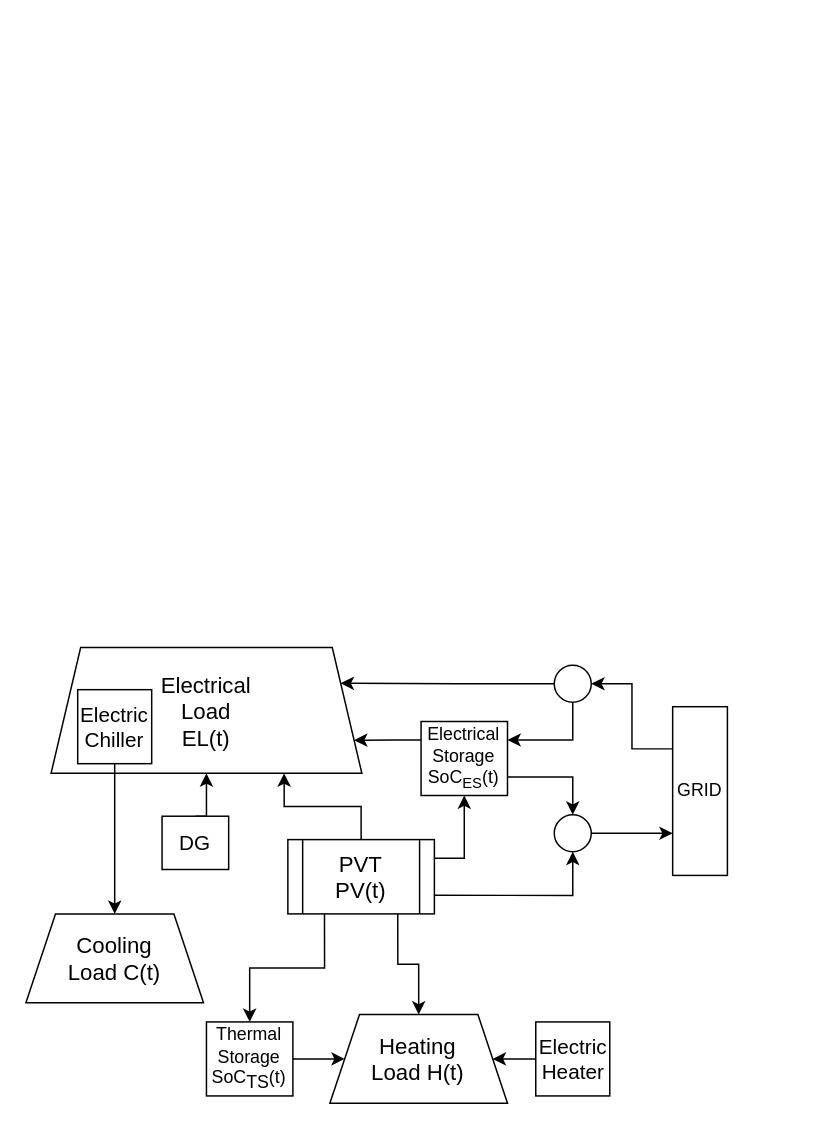
neethumaya/RoughWork keeps this draw.io diagram as SA_T.drawio. Above is the earlier version. Source tidied: cells renumbered, new cells numbered last; positions are measured from the earlier drawing's top-left corner, leaving out a move shared by most shapes. Both pictures are drawn from the tidied source at 148%, with x=0, y=0 at pixel (25, 647).
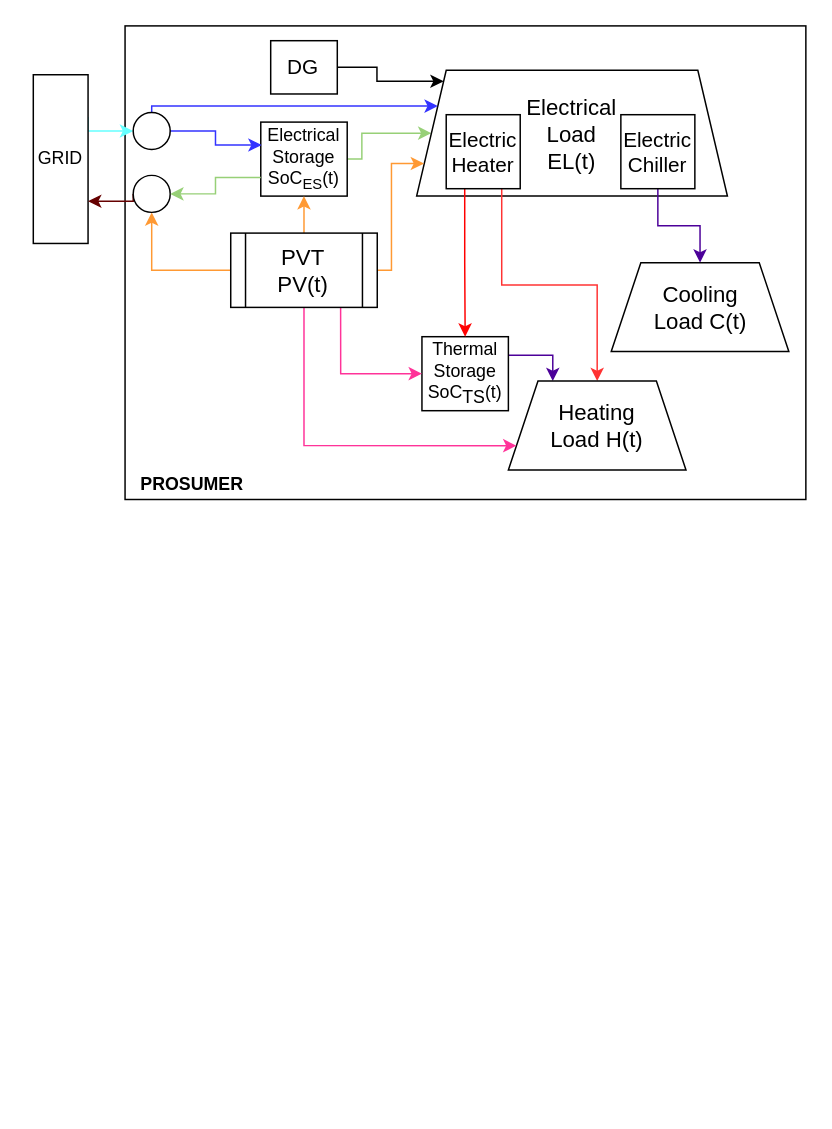
After the change.

Diff of the diagram source:
```diff
@@
-    <mxCell id="2" style="edgeStyle=orthogonalEdgeStyle;rounded=0;jettySize=auto;html=1;exitX=0.5;exitY=0;exitDx=0;exitDy=0;entryX=0.75;entryY=1;entryDx=0;entryDy=0;" parent="1" edge="1" source="7" target="10">
-      <mxGeometry relative="1" as="geometry" />
-    </mxCell>
-    <mxCell id="3" style="edgeStyle=orthogonalEdgeStyle;rounded=0;jettySize=auto;html=1;exitX=1;exitY=0.75;exitDx=0;exitDy=0;entryX=0.5;entryY=1;entryDx=0;entryDy=0;" parent="1" edge="1" source="7" target="19">
-      <mxGeometry relative="1" as="geometry" />
-    </mxCell>
+    <mxCell id="29" style="rounded=0;whiteSpace=wrap;html=1;" parent="1" vertex="1">
+      <mxGeometry x="67" y="-420" width="460" height="320" as="geometry" />
+    </mxCell>
+    <mxCell id="21" style="edgeStyle=orthogonalEdgeStyle;rounded=0;jettySize=auto;html=1;exitX=1;exitY=0.25;exitDx=0;exitDy=0;entryX=0.25;entryY=0;entryDx=0;entryDy=0;strokeColor=#4C0099;" parent="1" edge="1" source="22" target="25">
+      <mxGeometry relative="1" as="geometry" />
+    </mxCell>
+    <mxCell id="22" value="Thermal Storage&lt;br style=&quot;font-size: 12px;&quot;&gt;SoC&lt;sub style=&quot;font-size: 12px;&quot;&gt;TS&lt;/sub&gt;(t)" style="rounded=0;whiteSpace=wrap;html=1;fontSize=12;" parent="1" vertex="1">
+      <mxGeometry x="267.6" y="-210" width="58.4" height="50" as="geometry" />
+    </mxCell>
+    <mxCell id="30" style="edgeStyle=orthogonalEdgeStyle;rounded=0;jettySize=auto;html=1;exitX=1;exitY=0.25;exitDx=0;exitDy=0;entryX=0;entryY=0.5;entryDx=0;entryDy=0;strokeColor=#66FFFF;" parent="1" edge="1" source="14" target="36">
+      <mxGeometry relative="1" as="geometry">
+        <Array as="points">
+          <mxPoint x="42" y="-349" />
+        </Array>
+      </mxGeometry>
+    </mxCell>
+    <mxCell id="14" value="GRID" style="rounded=0;whiteSpace=wrap;html=1;fontSize=12;" parent="1" vertex="1">
+      <mxGeometry x="5" y="-387" width="37" height="114" as="geometry" />
+    </mxCell>
+    <mxCell id="23" style="edgeStyle=orthogonalEdgeStyle;rounded=0;jettySize=auto;html=1;exitX=1;exitY=0.5;exitDx=0;exitDy=0;entryX=0;entryY=0.5;entryDx=0;entryDy=0;strokeColor=#97D077;" parent="1" edge="1" source="24" target="10">
+      <mxGeometry relative="1" as="geometry">
+        <Array as="points">
+          <mxPoint x="227" y="-330" />
+          <mxPoint x="227" y="-347" />
+        </Array>
+      </mxGeometry>
+    </mxCell>
+    <mxCell id="24" value="Electrical Storage&lt;br&gt;SoC&lt;sub&gt;ES&lt;/sub&gt;(t)" style="rounded=0;whiteSpace=wrap;html=1;" parent="1" vertex="1">
+      <mxGeometry x="158.7" y="-355" width="58.4" height="50" as="geometry" />
+    </mxCell>
+    <mxCell id="10" value="Electrical &lt;br&gt;Load&lt;br&gt;EL(t)" style="shape=trapezoid;perimeter=trapezoidPerimeter;whiteSpace=wrap;html=1;fixedSize=1;fontSize=15;" parent="1" vertex="1">
+      <mxGeometry x="264" y="-390" width="210" height="85" as="geometry" />
+    </mxCell>
+    <mxCell id="11" style="edgeStyle=orthogonalEdgeStyle;rounded=0;jettySize=auto;html=1;exitX=0.5;exitY=1;exitDx=0;exitDy=0;entryX=0.5;entryY=0;entryDx=0;entryDy=0;strokeColor=#4C0099;" parent="1" edge="1" source="12" target="20">
+      <mxGeometry relative="1" as="geometry" />
+    </mxCell>
+    <mxCell id="12" value="Electric&lt;br&gt;Chiller" style="whiteSpace=wrap;html=1;fontSize=14;" parent="1" vertex="1">
+      <mxGeometry x="402" y="-360" width="50" height="50" as="geometry" />
+    </mxCell>
+    <mxCell id="27" style="edgeStyle=orthogonalEdgeStyle;rounded=0;jettySize=auto;html=1;exitX=0.75;exitY=1;exitDx=0;exitDy=0;strokeColor=#FF3333;" parent="1" edge="1" source="28" target="25">
+      <mxGeometry relative="1" as="geometry" />
+    </mxCell>
+    <mxCell id="31" style="edgeStyle=orthogonalEdgeStyle;rounded=0;jettySize=auto;html=1;exitX=0.25;exitY=1;exitDx=0;exitDy=0;strokeColor=#FF0000;" parent="1" edge="1" source="28" target="22">
+      <mxGeometry relative="1" as="geometry" />
+    </mxCell>
+    <mxCell id="28" value="Electric&lt;br&gt;Heater" style="whiteSpace=wrap;html=1;fontSize=14;" parent="1" vertex="1">
+      <mxGeometry x="284" y="-360" width="50" height="50" as="geometry" />
+    </mxCell>
+    <mxCell id="25" value="Heating&lt;br&gt;Load H(t)" style="shape=trapezoid;perimeter=trapezoidPerimeter;whiteSpace=wrap;html=1;fixedSize=1;fontSize=15;" parent="1" vertex="1">
+      <mxGeometry x="326" y="-180" width="120" height="60" as="geometry" />
+    </mxCell>
+    <mxCell id="20" value="Cooling&lt;br&gt;Load C(t)" style="shape=trapezoid;perimeter=trapezoidPerimeter;whiteSpace=wrap;html=1;fixedSize=1;fontSize=15;" parent="1" vertex="1">
+      <mxGeometry x="395.5" y="-260" width="120" height="60" as="geometry" />
+    </mxCell>
+    <mxCell id="32" style="edgeStyle=orthogonalEdgeStyle;rounded=0;jettySize=auto;html=1;exitX=0;exitY=0.5;exitDx=0;exitDy=0;entryX=0.5;entryY=1;entryDx=0;entryDy=0;strokeColor=#FF9933;" parent="1" edge="1" source="7" target="38">
+      <mxGeometry relative="1" as="geometry" />
+    </mxCell>
-    <mxCell id="4" style="edgeStyle=orthogonalEdgeStyle;rounded=0;jettySize=auto;html=1;exitX=1;exitY=0.25;exitDx=0;exitDy=0;entryX=0.5;entryY=1;entryDx=0;entryDy=0;" parent="1" edge="1" source="7" target="24">
+    <mxCell id="4" style="edgeStyle=orthogonalEdgeStyle;rounded=0;jettySize=auto;html=1;exitX=0.5;exitY=0;exitDx=0;exitDy=0;strokeColor=#FF9933;" parent="1" edge="1" source="7" target="24">
       <mxGeometry relative="1" as="geometry" />
     </mxCell>
+    <mxCell id="33" style="edgeStyle=orthogonalEdgeStyle;rounded=0;jettySize=auto;html=1;exitX=1;exitY=0.5;exitDx=0;exitDy=0;strokeColor=#FF9933;" parent="1" edge="1" source="7">
+      <mxGeometry relative="1" as="geometry">
+        <mxPoint x="269" y="-327" as="targetPoint" />
+        <Array as="points">
+          <mxPoint x="247" y="-255" />
+          <mxPoint x="247" y="-327" />
+        </Array>
+      </mxGeometry>
+    </mxCell>
-    <mxCell id="5" style="edgeStyle=orthogonalEdgeStyle;rounded=0;jettySize=auto;html=1;exitX=0.75;exitY=1;exitDx=0;exitDy=0;entryX=0.5;entryY=0;entryDx=0;entryDy=0;" parent="1" edge="1" source="7" target="25">
-      <mxGeometry relative="1" as="geometry" />
+    <mxCell id="5" style="edgeStyle=orthogonalEdgeStyle;rounded=0;jettySize=auto;html=1;exitX=0.5;exitY=1;exitDx=0;exitDy=0;entryX=0;entryY=0.75;entryDx=0;entryDy=0;strokeColor=#FF3399;" parent="1" edge="1" source="7" target="25">
+      <mxGeometry relative="1" as="geometry">
+        <Array as="points">
+          <mxPoint x="188" y="-136" />
+          <mxPoint x="332" y="-136" />
+        </Array>
+      </mxGeometry>
     </mxCell>
-    <mxCell id="6" style="edgeStyle=orthogonalEdgeStyle;rounded=0;jettySize=auto;html=1;exitX=0.25;exitY=1;exitDx=0;exitDy=0;" parent="1" edge="1" source="7" target="22">
-      <mxGeometry relative="1" as="geometry" />
+    <mxCell id="6" style="edgeStyle=orthogonalEdgeStyle;rounded=0;jettySize=auto;html=1;exitX=0.75;exitY=1;exitDx=0;exitDy=0;entryX=0;entryY=0.5;entryDx=0;entryDy=0;strokeColor=#FF3399;" parent="1" edge="1" source="7" target="22">
+      <mxGeometry relative="1" as="geometry">
+        <Array as="points">
+          <mxPoint x="213" y="-185" />
+        </Array>
+      </mxGeometry>
     </mxCell>
     <mxCell id="7" value="PVT&lt;br&gt;PV(t)" style="shape=process;whiteSpace=wrap;html=1;backgroundOutline=1;fontSize=15;" parent="1" vertex="1">
-      <mxGeometry x="177" y="129.8" width="99" height="50.2" as="geometry" />
+      <mxGeometry x="138.4" y="-280" width="99" height="50.2" as="geometry" />
     </mxCell>
-    <mxCell id="8" style="edgeStyle=orthogonalEdgeStyle;rounded=0;jettySize=auto;html=1;exitX=0.5;exitY=0;exitDx=0;exitDy=0;entryX=0.5;entryY=1;entryDx=0;entryDy=0;" parent="1" edge="1" source="9" target="10">
+    <mxCell id="8" style="edgeStyle=orthogonalEdgeStyle;rounded=0;jettySize=auto;html=1;exitX=1;exitY=0.5;exitDx=0;exitDy=0;entryX=0;entryY=0;entryDx=0;entryDy=0;" parent="1" edge="1" source="9" target="10">
       <mxGeometry relative="1" as="geometry" />
     </mxCell>
     <mxCell id="9" value="DG" style="rounded=0;whiteSpace=wrap;html=1;fontSize=14;" parent="1" vertex="1">
-      <mxGeometry x="92" y="114" width="45" height="36" as="geometry" />
+      <mxGeometry x="165.4" y="-410" width="45" height="36" as="geometry" />
     </mxCell>
-    <mxCell id="10" value="Electrical &lt;br&gt;Load&lt;br&gt;EL(t)" style="shape=trapezoid;perimeter=trapezoidPerimeter;whiteSpace=wrap;html=1;fixedSize=1;fontSize=15;" parent="1" vertex="1">
-      <mxGeometry x="17" width="210" height="85" as="geometry" />
-    </mxCell>
-    <mxCell id="11" style="edgeStyle=orthogonalEdgeStyle;rounded=0;jettySize=auto;html=1;exitX=0.5;exitY=1;exitDx=0;exitDy=0;entryX=0.5;entryY=0;entryDx=0;entryDy=0;" parent="1" edge="1" source="12" target="20">
-      <mxGeometry relative="1" as="geometry" />
-    </mxCell>
-    <mxCell id="12" value="Electric&lt;br&gt;Chiller" style="whiteSpace=wrap;html=1;fontSize=14;" parent="1" vertex="1">
-      <mxGeometry x="35" y="28.5" width="50" height="50" as="geometry" />
-    </mxCell>
-    <mxCell id="13" style="edgeStyle=orthogonalEdgeStyle;rounded=0;jettySize=auto;html=1;exitX=0;exitY=0.25;exitDx=0;exitDy=0;entryX=1;entryY=0.5;entryDx=0;entryDy=0;" parent="1" edge="1" source="14" target="17">
-      <mxGeometry relative="1" as="geometry" />
-    </mxCell>
-    <mxCell id="14" value="GRID" style="rounded=0;whiteSpace=wrap;html=1;fontSize=12;" parent="1" vertex="1">
-      <mxGeometry x="437" y="40" width="37" height="114" as="geometry" />
-    </mxCell>
-    <mxCell id="15" style="edgeStyle=orthogonalEdgeStyle;rounded=0;jettySize=auto;html=1;entryX=1;entryY=0.25;entryDx=0;entryDy=0;" parent="1" edge="1" source="17" target="10">
-      <mxGeometry relative="1" as="geometry" />
-    </mxCell>
-    <mxCell id="16" style="edgeStyle=orthogonalEdgeStyle;rounded=0;jettySize=auto;html=1;exitX=0.5;exitY=1;exitDx=0;exitDy=0;entryX=1;entryY=0.25;entryDx=0;entryDy=0;" parent="1" edge="1" source="17" target="24">
-      <mxGeometry relative="1" as="geometry" />
-    </mxCell>
-    <mxCell id="17" style="ellipse;whiteSpace=wrap;html=1;" parent="1" vertex="1">
-      <mxGeometry x="357" y="12" width="25" height="25" as="geometry" />
-    </mxCell>
-    <mxCell id="18" style="edgeStyle=orthogonalEdgeStyle;rounded=0;jettySize=auto;html=1;exitX=1;exitY=0.5;exitDx=0;exitDy=0;entryX=0;entryY=0.75;entryDx=0;entryDy=0;" parent="1" edge="1" source="19" target="14">
-      <mxGeometry relative="1" as="geometry" />
-    </mxCell>
-    <mxCell id="19" style="ellipse;whiteSpace=wrap;html=1;" parent="1" vertex="1">
-      <mxGeometry x="357" y="113" width="25" height="25" as="geometry" />
-    </mxCell>
-    <mxCell id="20" value="Cooling&lt;br&gt;Load C(t)" style="shape=trapezoid;perimeter=trapezoidPerimeter;whiteSpace=wrap;html=1;fixedSize=1;fontSize=15;" parent="1" vertex="1">
-      <mxGeometry y="180" width="120" height="60" as="geometry" />
-    </mxCell>
-    <mxCell id="21" style="edgeStyle=orthogonalEdgeStyle;rounded=0;jettySize=auto;html=1;" parent="1" edge="1" source="22" target="25">
-      <mxGeometry relative="1" as="geometry" />
-    </mxCell>
-    <mxCell id="22" value="Thermal Storage&lt;br style=&quot;font-size: 12px;&quot;&gt;SoC&lt;sub style=&quot;font-size: 12px;&quot;&gt;TS&lt;/sub&gt;(t)" style="rounded=0;whiteSpace=wrap;html=1;fontSize=12;" parent="1" vertex="1">
-      <mxGeometry x="122" y="253" width="58.4" height="50" as="geometry" />
-    </mxCell>
-    <mxCell id="23" style="edgeStyle=orthogonalEdgeStyle;rounded=0;jettySize=auto;html=1;exitX=0;exitY=0.25;exitDx=0;exitDy=0;entryX=1;entryY=0.75;entryDx=0;entryDy=0;" parent="1" edge="1" source="24" target="10">
-      <mxGeometry relative="1" as="geometry" />
-    </mxCell>
-    <mxCell id="24" value="Electrical Storage&lt;br&gt;SoC&lt;sub&gt;ES&lt;/sub&gt;(t)" style="rounded=0;whiteSpace=wrap;html=1;" parent="1" vertex="1">
-      <mxGeometry x="267" y="50" width="58.4" height="50" as="geometry" />
-    </mxCell>
-    <mxCell id="25" value="Heating&lt;br&gt;Load H(t)" style="shape=trapezoid;perimeter=trapezoidPerimeter;whiteSpace=wrap;html=1;fixedSize=1;fontSize=15;" parent="1" vertex="1">
-      <mxGeometry x="205.4" y="248" width="120" height="60" as="geometry" />
-    </mxCell>
-    <mxCell id="26" style="edgeStyle=orthogonalEdgeStyle;rounded=0;jettySize=auto;html=1;exitX=1;exitY=0.75;exitDx=0;exitDy=0;entryX=0.5;entryY=0;entryDx=0;entryDy=0;" parent="1" edge="1" source="24" target="19">
-      <mxGeometry relative="1" as="geometry" />
-    </mxCell>
-    <mxCell id="27" style="edgeStyle=orthogonalEdgeStyle;rounded=0;jettySize=auto;html=1;" parent="1" edge="1" source="28" target="25">
-      <mxGeometry relative="1" as="geometry" />
-    </mxCell>
-    <mxCell id="28" value="Electric&lt;br&gt;Heater" style="whiteSpace=wrap;html=1;fontSize=14;" parent="1" vertex="1">
-      <mxGeometry x="344.5" y="253" width="50" height="50" as="geometry" />
-    </mxCell>
+    <mxCell id="34" style="edgeStyle=orthogonalEdgeStyle;rounded=0;jettySize=auto;html=1;exitX=0.5;exitY=0;exitDx=0;exitDy=0;entryX=0;entryY=0.25;entryDx=0;entryDy=0;strokeColor=#3333FF;" parent="1" edge="1" source="36" target="10">
+      <mxGeometry relative="1" as="geometry">
+        <Array as="points">
+          <mxPoint x="85" y="-366" />
+        </Array>
+      </mxGeometry>
+    </mxCell>
+    <mxCell id="35" style="edgeStyle=orthogonalEdgeStyle;rounded=0;jettySize=auto;html=1;exitX=1;exitY=0.5;exitDx=0;exitDy=0;entryX=0.01;entryY=0.309;entryDx=0;entryDy=0;strokeColor=#3333FF;entryPerimeter=0;" parent="1" edge="1" source="36" target="24">
+      <mxGeometry relative="1" as="geometry" />
+    </mxCell>
+    <mxCell id="36" style="ellipse;whiteSpace=wrap;html=1;" parent="1" vertex="1">
+      <mxGeometry x="72.5" y="-361.5" width="25" height="25" as="geometry" />
+    </mxCell>
+    <mxCell id="37" style="edgeStyle=orthogonalEdgeStyle;rounded=0;jettySize=auto;html=1;exitX=0;exitY=0.5;exitDx=0;exitDy=0;entryX=1;entryY=0.75;entryDx=0;entryDy=0;strokeColor=#660000;" parent="1" edge="1" source="38" target="14">
+      <mxGeometry relative="1" as="geometry">
+        <Array as="points">
+          <mxPoint x="73" y="-302" />
+          <mxPoint x="42" y="-302" />
+        </Array>
+      </mxGeometry>
+    </mxCell>
+    <mxCell id="38" style="ellipse;whiteSpace=wrap;html=1;" parent="1" vertex="1">
+      <mxGeometry x="72.5" y="-319" width="25" height="25" as="geometry" />
+    </mxCell>
+    <mxCell id="39" style="edgeStyle=orthogonalEdgeStyle;rounded=0;jettySize=auto;html=1;exitX=0;exitY=0.75;exitDx=0;exitDy=0;entryX=1;entryY=0.5;entryDx=0;entryDy=0;strokeColor=#97D077;" parent="1" edge="1" source="24" target="38">
+      <mxGeometry relative="1" as="geometry" />
+    </mxCell>
+    <mxCell id="40" value="PROSUMER" style="text;html=1;align=center;verticalAlign=middle;fontStyle=1;" parent="1" vertex="1">
+      <mxGeometry x="67" y="-120" width="90" height="20" as="geometry" />
+    </mxCell>
```
